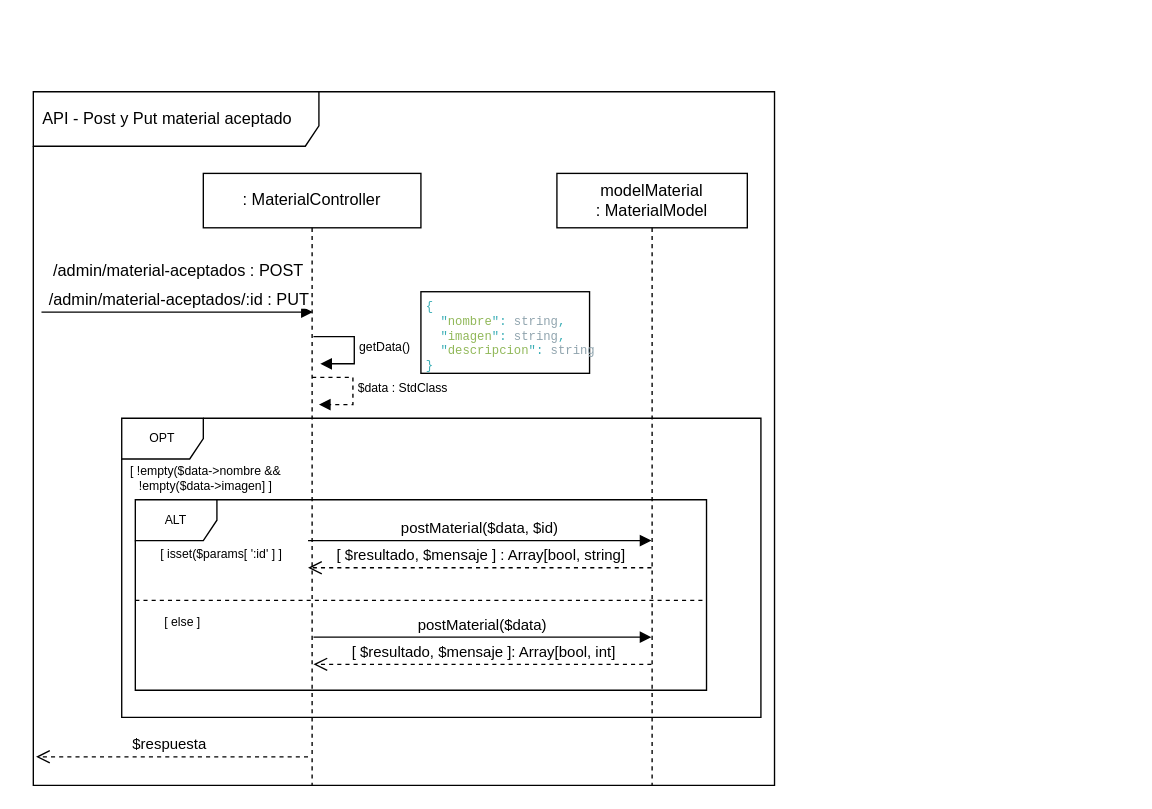
Earlier version of the draw.io diagram page "admin_material-aceptado_post&put" (5 of 9) of Artefactos/Diagramas/diagrama-clases.drawio (Evynith/Entregable-Metodologias). Source tidied: cells renumbered, new cells numbered last; positions are measured from the earlier drawing's top-left corner, leaving out a move shared by most shapes. Both pictures are drawn from the tidied source at 136%, with x=0, y=0 at pixel (33, 91).
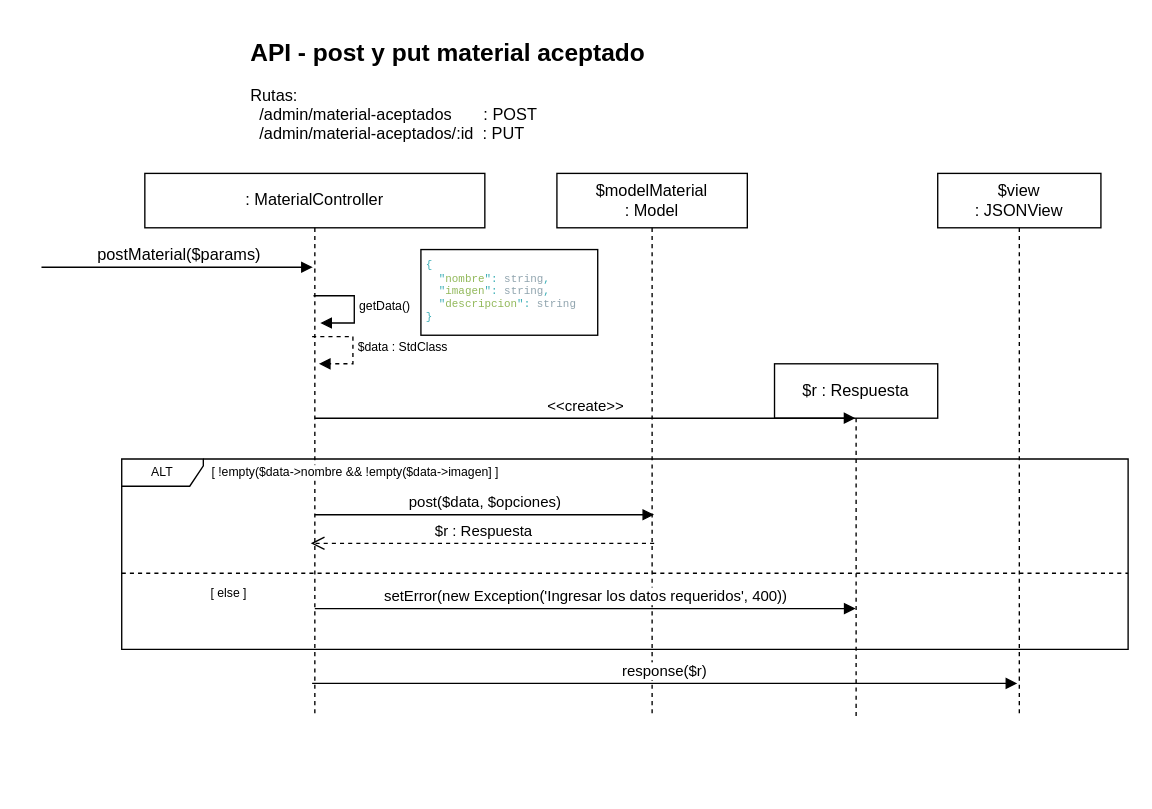
The same diagram, later.

Change to the diagram source:
```diff
@@
-    <mxCell id="2" value="API - Post y Put material aceptado" style="shape=umlFrame;whiteSpace=wrap;html=1;width=210;height=40;boundedLbl=1;verticalAlign=middle;align=left;spacingLeft=5;" parent="1" vertex="1">
-      <mxGeometry width="545" height="510" as="geometry" />
-    </mxCell>
-    <mxCell id="3" value="OPT" style="shape=umlFrame;whiteSpace=wrap;html=1;fontSize=9;fontColor=#000000;strokeColor=#000000;" parent="1" vertex="1">
-      <mxGeometry x="65" y="240" width="470" height="220" as="geometry" />
+    <mxCell id="3" value="ALT" style="shape=umlFrame;whiteSpace=wrap;html=1;fontSize=9;fontColor=#000000;strokeColor=#000000;width=60;height=20;" parent="1" vertex="1">
+      <mxGeometry x="65" y="270" width="740" height="140" as="geometry" />
     </mxCell>
-    <mxCell id="4" value="ALT" style="shape=umlFrame;whiteSpace=wrap;html=1;fontSize=9;fontColor=#000000;strokeColor=#000000;" parent="1" vertex="1">
-      <mxGeometry x="75" y="300" width="420" height="140" as="geometry" />
-    </mxCell>
     <mxCell id="5" value=": MaterialController" style="shape=umlLifeline;perimeter=lifelinePerimeter;whiteSpace=wrap;html=1;" parent="1" vertex="1">
-      <mxGeometry x="125" y="60" width="160" height="450" as="geometry" />
+      <mxGeometry x="82" y="60" width="250" height="400" as="geometry" />
     </mxCell>
-    <mxCell id="6" value="modelMaterial&lt;br&gt;: MaterialModel" style="shape=umlLifeline;perimeter=lifelinePerimeter;whiteSpace=wrap;html=1;outlineConnect=0;" parent="1" vertex="1">
-      <mxGeometry x="385" y="60" width="140" height="450" as="geometry" />
-    </mxCell>
+    <mxCell id="13" value="[ !empty($data-&amp;gt;nombre &amp;amp;&amp;amp; !empty($data-&amp;gt;imagen] ]" style="text;html=1;strokeColor=none;fillColor=none;align=center;verticalAlign=middle;whiteSpace=wrap;rounded=0;dashed=1;fontSize=9;fontColor=#000000;labelBackgroundColor=#ffffff;" parent="5" vertex="1">
+      <mxGeometry x="45" y="210" width="220" height="20" as="geometry" />
+    </mxCell>
-    <mxCell id="7" value="&lt;span style=&quot;font-family: &amp;#34;helvetica&amp;#34; ; font-size: 12px ; text-align: left&quot;&gt;/admin/material-aceptados/:id : PUT&lt;/span&gt;" style="html=1;verticalAlign=bottom;endArrow=block;" parent="1" edge="1">
+    <mxCell id="7" value="&lt;div style=&quot;text-align: left&quot;&gt;&lt;font face=&quot;helvetica&quot;&gt;&lt;span style=&quot;font-size: 12px&quot;&gt;postMaterial($params)&lt;/span&gt;&lt;/font&gt;&lt;/div&gt;" style="html=1;verticalAlign=bottom;endArrow=block;" parent="1" edge="1">
       <mxGeometry x="0.01" relative="1" as="geometry">
-        <mxPoint x="6" y="162" as="sourcePoint" />
-        <mxPoint x="205.5" y="162" as="targetPoint" />
+        <mxPoint x="6" y="129" as="sourcePoint" />
+        <mxPoint x="205.5" y="129" as="targetPoint" />
         <Array as="points">
-          <mxPoint x="6" y="162" />
+          <mxPoint x="6" y="129" />
         </Array>
       </mxGeometry>
     </mxCell>
-    <mxCell id="8" value="postMaterial($data, $id)" style="html=1;verticalAlign=bottom;endArrow=block;" parent="1" edge="1" target="6">
+    <mxCell id="8" value="post($data, $opciones)" style="html=1;verticalAlign=bottom;endArrow=block;" parent="1" edge="1">
       <mxGeometry relative="1" as="geometry">
-        <mxPoint x="202" y="330" as="sourcePoint" />
+        <mxPoint x="207" y="311" as="sourcePoint" />
+        <mxPoint x="456.5" y="311" as="targetPoint" />
       </mxGeometry>
     </mxCell>
-    <mxCell id="9" value="[ $resultado, $mensaje ] : Array[bool, string]" style="html=1;verticalAlign=bottom;endArrow=open;dashed=1;endSize=8;" parent="1" edge="1" source="6">
+    <mxCell id="9" value="$r : Respuesta" style="html=1;verticalAlign=bottom;endArrow=open;dashed=1;endSize=8;" parent="1" edge="1">
       <mxGeometry relative="1" as="geometry">
-        <mxPoint x="202" y="350" as="targetPoint" />
+        <mxPoint x="456.5" y="332" as="sourcePoint" />
+        <mxPoint x="204" y="332" as="targetPoint" />
       </mxGeometry>
     </mxCell>
-    <mxCell id="10" value="$respuesta" style="html=1;verticalAlign=bottom;endArrow=open;dashed=1;endSize=8;" parent="1" edge="1">
-      <mxGeometry x="0.02" relative="1" as="geometry">
-        <mxPoint x="202" y="489" as="sourcePoint" />
-        <mxPoint x="2" y="489" as="targetPoint" />
-      </mxGeometry>
-    </mxCell>
-    <mxCell id="11" value="&lt;span style=&quot;font-family: &amp;#34;helvetica&amp;#34; ; font-size: 12px ; text-align: left ; background-color: rgb(255 , 255 , 255)&quot;&gt;/admin/material-aceptados : POST&lt;/span&gt;" style="text;html=1;strokeColor=none;fillColor=none;align=center;verticalAlign=middle;whiteSpace=wrap;rounded=0;fontSize=9;fontColor=#000000;" parent="1" vertex="1">
-      <mxGeometry x="12" y="122" width="190" height="20" as="geometry" />
-    </mxCell>
     <mxCell id="12" value="getData()" style="edgeStyle=orthogonalEdgeStyle;html=1;align=left;spacingLeft=2;endArrow=block;rounded=0;entryX=1;entryY=0;fontSize=9;fontColor=#000000;" parent="1" edge="1">
       <mxGeometry relative="1" as="geometry">
-        <mxPoint x="206" y="180" as="sourcePoint" />
-        <mxPoint x="211" y="200" as="targetPoint" />
+        <mxPoint x="206" y="150" as="sourcePoint" />
+        <mxPoint x="211" y="170" as="targetPoint" />
         <Array as="points">
-          <mxPoint x="236" y="180" />
+          <mxPoint x="236" y="150" />
         </Array>
       </mxGeometry>
     </mxCell>
-    <mxCell id="13" value="[ !empty($data-&amp;gt;nombre &amp;amp;&amp;amp; !empty($data-&amp;gt;imagen] ]" style="text;html=1;strokeColor=none;fillColor=none;align=center;verticalAlign=middle;whiteSpace=wrap;rounded=0;dashed=1;fontSize=9;fontColor=#000000;" parent="1" vertex="1">
-      <mxGeometry x="67" y="274" width="120" height="20" as="geometry" />
-    </mxCell>
     <mxCell id="14" value="$data : StdClass" style="edgeStyle=orthogonalEdgeStyle;html=1;align=left;spacingLeft=2;endArrow=block;rounded=0;entryX=1;entryY=0;fontSize=9;fontColor=#000000;dashed=1;" parent="1" edge="1">
       <mxGeometry relative="1" as="geometry">
-        <mxPoint x="205" y="210" as="sourcePoint" />
-        <mxPoint x="210" y="230" as="targetPoint" />
+        <mxPoint x="205" y="180" as="sourcePoint" />
+        <mxPoint x="210" y="200" as="targetPoint" />
         <Array as="points">
-          <mxPoint x="235" y="210" />
+          <mxPoint x="235" y="180" />
         </Array>
       </mxGeometry>
     </mxCell>
-    <mxCell id="15" value="[ isset($params[ ':id' ] ]" style="text;html=1;strokeColor=none;fillColor=none;align=center;verticalAlign=middle;whiteSpace=wrap;rounded=0;dashed=1;fontSize=9;fontColor=#000000;" parent="1" vertex="1">
-      <mxGeometry x="92" y="330" width="93" height="20" as="geometry" />
-    </mxCell>
-    <mxCell id="16" style="line;strokeWidth=1;fillColor=none;align=left;verticalAlign=middle;spacingTop=-1;spacingLeft=3;spacingRight=3;labelPosition=right;fontSize=9;fontColor=#000000;dashed=1;" parent="1" vertex="1">
-      <mxGeometry x="75" y="370" width="420" height="8" as="geometry" />
-    </mxCell>
+    <mxCell id="20" value="&lt;div style=&quot;color: rgb(144, 164, 174); font-family: consolas, &amp;quot;courier new&amp;quot;, monospace; font-size: 8px; font-style: normal; font-weight: 400; letter-spacing: normal; text-align: left; text-indent: 0px; text-transform: none; word-spacing: 0px;&quot;&gt;&lt;span style=&quot;color: rgb(57, 173, 181); font-size: 8px;&quot;&gt;{&lt;/span&gt;&lt;/div&gt;&lt;div style=&quot;color: rgb(144, 164, 174); font-family: consolas, &amp;quot;courier new&amp;quot;, monospace; font-size: 8px; font-style: normal; font-weight: 400; letter-spacing: normal; text-align: left; text-indent: 0px; text-transform: none; word-spacing: 0px;&quot;&gt;&lt;span style=&quot;color: rgb(144, 164, 174); font-size: 8px;&quot;&gt;&amp;nbsp;&amp;nbsp;&lt;/span&gt;&lt;span style=&quot;color: rgb(57, 173, 181); font-size: 8px;&quot;&gt;&quot;&lt;/span&gt;&lt;span style=&quot;color: rgb(145, 184, 89); font-size: 8px;&quot;&gt;nombre&lt;/span&gt;&lt;span style=&quot;color: rgb(57, 173, 181); font-size: 8px;&quot;&gt;&quot;&lt;/span&gt;&lt;span style=&quot;color: rgb(57, 173, 181); font-size: 8px;&quot;&gt;:&lt;/span&gt;&lt;span style=&quot;color: rgb(144, 164, 174); font-size: 8px;&quot;&gt;&amp;nbsp;string&lt;/span&gt;&lt;span style=&quot;color: rgb(57, 173, 181); font-size: 8px;&quot;&gt;,&lt;/span&gt;&lt;/div&gt;&lt;div style=&quot;color: rgb(144, 164, 174); font-family: consolas, &amp;quot;courier new&amp;quot;, monospace; font-size: 8px; font-style: normal; font-weight: 400; letter-spacing: normal; text-align: left; text-indent: 0px; text-transform: none; word-spacing: 0px;&quot;&gt;&lt;span style=&quot;color: rgb(144, 164, 174); font-size: 8px;&quot;&gt;&amp;nbsp;&amp;nbsp;&lt;/span&gt;&lt;span style=&quot;color: rgb(57, 173, 181); font-size: 8px;&quot;&gt;&quot;&lt;/span&gt;&lt;span style=&quot;color: rgb(145, 184, 89); font-size: 8px;&quot;&gt;imagen&lt;/span&gt;&lt;span style=&quot;color: rgb(57, 173, 181); font-size: 8px;&quot;&gt;&quot;&lt;/span&gt;&lt;span style=&quot;color: rgb(57, 173, 181); font-size: 8px;&quot;&gt;:&lt;/span&gt;&lt;span style=&quot;color: rgb(144, 164, 174); font-size: 8px;&quot;&gt;&amp;nbsp;string&lt;/span&gt;&lt;span style=&quot;color: rgb(57, 173, 181); font-size: 8px;&quot;&gt;,&lt;/span&gt;&lt;/div&gt;&lt;div style=&quot;color: rgb(144, 164, 174); font-family: consolas, &amp;quot;courier new&amp;quot;, monospace; font-size: 8px; font-style: normal; font-weight: 400; letter-spacing: normal; text-align: left; text-indent: 0px; text-transform: none; word-spacing: 0px;&quot;&gt;&lt;span style=&quot;color: rgb(144, 164, 174); font-size: 8px;&quot;&gt;&amp;nbsp;&amp;nbsp;&lt;/span&gt;&lt;span style=&quot;color: rgb(57, 173, 181); font-size: 8px;&quot;&gt;&quot;&lt;/span&gt;&lt;span style=&quot;color: rgb(145, 184, 89); font-size: 8px;&quot;&gt;descripcion&lt;/span&gt;&lt;span style=&quot;color: rgb(57, 173, 181); font-size: 8px;&quot;&gt;&quot;&lt;/span&gt;&lt;span style=&quot;color: rgb(57, 173, 181); font-size: 8px;&quot;&gt;:&lt;/span&gt;&lt;span style=&quot;color: rgb(144, 164, 174); font-size: 8px;&quot;&gt;&amp;nbsp;string&lt;/span&gt;&lt;/div&gt;&lt;div style=&quot;color: rgb(144, 164, 174); font-family: consolas, &amp;quot;courier new&amp;quot;, monospace; font-size: 8px; font-style: normal; font-weight: 400; letter-spacing: normal; text-align: left; text-indent: 0px; text-transform: none; word-spacing: 0px;&quot;&gt;&lt;span style=&quot;color: rgb(57, 173, 181); font-size: 8px;&quot;&gt;}&lt;/span&gt;&lt;/div&gt;" style="text;whiteSpace=wrap;html=1;fontSize=8;fontColor=#000000;strokeColor=#000000;spacingLeft=2;" parent="1" vertex="1">
+      <mxGeometry x="285" y="116" width="130" height="63" as="geometry" />
+    </mxCell>
+    <mxCell id="21" value="$modelMaterial&lt;br&gt;: Model" style="shape=umlLifeline;perimeter=lifelinePerimeter;whiteSpace=wrap;html=1;fontStyle=0;" parent="1" vertex="1">
+      <mxGeometry x="385" y="60" width="140" height="400" as="geometry" />
+    </mxCell>
+    <mxCell id="22" value="&lt;h1&gt;API - post y put material aceptado&lt;/h1&gt;&lt;span style=&quot;font-family: &amp;#34;helvetica&amp;#34; ; font-size: 12px ; background-color: rgb(255 , 255 , 255)&quot;&gt;Rutas: &lt;br&gt;&lt;/span&gt;&lt;span style=&quot;font-family: &amp;#34;helvetica&amp;#34; ; font-size: 12px ; background-color: rgb(255 , 255 , 255)&quot;&gt;&amp;nbsp; /admin/material-aceptados&amp;nbsp; &amp;nbsp; &amp;nbsp; &amp;nbsp;: POST&lt;br&gt;&lt;/span&gt;&lt;span style=&quot;font-family: &amp;#34;helvetica&amp;#34; ; font-size: 12px ; background-color: rgb(255 , 255 , 255)&quot;&gt;&amp;nbsp; /admin/material-aceptados/:id&amp;nbsp; : PUT&lt;/span&gt;&lt;span style=&quot;font-family: &amp;#34;helvetica&amp;#34; ; font-size: 12px ; background-color: rgb(255 , 255 , 255)&quot;&gt;&lt;br&gt;&lt;/span&gt;" style="text;html=1;strokeColor=none;fillColor=none;spacing=5;spacingTop=-20;whiteSpace=wrap;overflow=hidden;rounded=0;fontSize=9;opacity=0;" parent="1" vertex="1">
+      <mxGeometry x="155" y="-40" width="300" height="90" as="geometry" />
+    </mxCell>
+    <mxCell id="23" value="$view &lt;br&gt;: JSONView" style="shape=umlLifeline;perimeter=lifelinePerimeter;whiteSpace=wrap;html=1;" parent="1" vertex="1">
+      <mxGeometry x="665" y="60" width="120" height="400" as="geometry" />
+    </mxCell>
+    <mxCell id="24" value="response($r)" style="html=1;verticalAlign=bottom;endArrow=block;fontStyle=0;" parent="1" edge="1">
+      <mxGeometry relative="1" as="geometry">
+        <mxPoint x="205" y="435" as="sourcePoint" />
+        <mxPoint x="723.5" y="435" as="targetPoint" />
+      </mxGeometry>
+    </mxCell>
+    <mxCell id="25" value="$r : Respuesta" style="shape=umlLifeline;perimeter=lifelinePerimeter;whiteSpace=wrap;html=1;" parent="1" vertex="1">
+      <mxGeometry x="545" y="200" width="120" height="260" as="geometry" />
+    </mxCell>
+    <mxCell id="26" style="line;strokeWidth=1;fillColor=none;align=left;verticalAlign=middle;spacingTop=-1;spacingLeft=3;spacingRight=3;labelPosition=right;fontSize=9;fontColor=#000000;dashed=1;" parent="1" vertex="1">
+      <mxGeometry x="65" y="350" width="740" height="8" as="geometry" />
+    </mxCell>
     <mxCell id="17" value="[ else ]" style="text;html=1;strokeColor=none;fillColor=none;align=center;verticalAlign=middle;whiteSpace=wrap;rounded=0;dashed=1;fontSize=9;fontColor=#000000;" parent="1" vertex="1">
-      <mxGeometry x="85" y="380" width="50" height="20" as="geometry" />
+      <mxGeometry x="129" y="359" width="30" height="20" as="geometry" />
     </mxCell>
-    <mxCell id="18" value="[ $resultado, $mensaje ]: Array[bool, int]" style="html=1;verticalAlign=bottom;endArrow=open;dashed=1;endSize=8;" parent="1" edge="1" source="6">
-      <mxGeometry relative="1" as="geometry">
-        <mxPoint x="206" y="421" as="targetPoint" />
-      </mxGeometry>
-    </mxCell>
-    <mxCell id="19" value="postMaterial($data)" style="html=1;verticalAlign=bottom;endArrow=block;" parent="1" edge="1" target="6">
-      <mxGeometry relative="1" as="geometry">
-        <mxPoint x="206" y="401" as="sourcePoint" />
-      </mxGeometry>
-    </mxCell>
-    <mxCell id="20" value="&lt;div style=&quot;color: rgb(144, 164, 174); font-family: consolas, &amp;quot;courier new&amp;quot;, monospace; font-size: 9px; font-style: normal; font-weight: 400; letter-spacing: normal; text-align: left; text-indent: 0px; text-transform: none; word-spacing: 0px;&quot;&gt;&lt;span style=&quot;color: rgb(57, 173, 181); font-size: 9px;&quot;&gt;{&lt;/span&gt;&lt;/div&gt;&lt;div style=&quot;color: rgb(144, 164, 174); font-family: consolas, &amp;quot;courier new&amp;quot;, monospace; font-size: 9px; font-style: normal; font-weight: 400; letter-spacing: normal; text-align: left; text-indent: 0px; text-transform: none; word-spacing: 0px;&quot;&gt;&lt;span style=&quot;color: rgb(144, 164, 174); font-size: 9px;&quot;&gt;&amp;nbsp;&amp;nbsp;&lt;/span&gt;&lt;span style=&quot;color: rgb(57, 173, 181); font-size: 9px;&quot;&gt;&quot;&lt;/span&gt;&lt;span style=&quot;color: rgb(145, 184, 89); font-size: 9px;&quot;&gt;nombre&lt;/span&gt;&lt;span style=&quot;color: rgb(57, 173, 181); font-size: 9px;&quot;&gt;&quot;&lt;/span&gt;&lt;span style=&quot;color: rgb(57, 173, 181); font-size: 9px;&quot;&gt;:&lt;/span&gt;&lt;span style=&quot;color: rgb(144, 164, 174); font-size: 9px;&quot;&gt;&amp;nbsp;string&lt;/span&gt;&lt;span style=&quot;color: rgb(57, 173, 181); font-size: 9px;&quot;&gt;,&lt;/span&gt;&lt;/div&gt;&lt;div style=&quot;color: rgb(144, 164, 174); font-family: consolas, &amp;quot;courier new&amp;quot;, monospace; font-size: 9px; font-style: normal; font-weight: 400; letter-spacing: normal; text-align: left; text-indent: 0px; text-transform: none; word-spacing: 0px;&quot;&gt;&lt;span style=&quot;color: rgb(144, 164, 174); font-size: 9px;&quot;&gt;&amp;nbsp;&amp;nbsp;&lt;/span&gt;&lt;span style=&quot;color: rgb(57, 173, 181); font-size: 9px;&quot;&gt;&quot;&lt;/span&gt;&lt;span style=&quot;color: rgb(145, 184, 89); font-size: 9px;&quot;&gt;imagen&lt;/span&gt;&lt;span style=&quot;color: rgb(57, 173, 181); font-size: 9px;&quot;&gt;&quot;&lt;/span&gt;&lt;span style=&quot;color: rgb(57, 173, 181); font-size: 9px;&quot;&gt;:&lt;/span&gt;&lt;span style=&quot;color: rgb(144, 164, 174); font-size: 9px;&quot;&gt;&amp;nbsp;string&lt;/span&gt;&lt;span style=&quot;color: rgb(57, 173, 181); font-size: 9px;&quot;&gt;,&lt;/span&gt;&lt;/div&gt;&lt;div style=&quot;color: rgb(144, 164, 174); font-family: consolas, &amp;quot;courier new&amp;quot;, monospace; font-size: 9px; font-style: normal; font-weight: 400; letter-spacing: normal; text-align: left; text-indent: 0px; text-transform: none; word-spacing: 0px;&quot;&gt;&lt;span style=&quot;color: rgb(144, 164, 174); font-size: 9px;&quot;&gt;&amp;nbsp;&amp;nbsp;&lt;/span&gt;&lt;span style=&quot;color: rgb(57, 173, 181); font-size: 9px;&quot;&gt;&quot;&lt;/span&gt;&lt;span style=&quot;color: rgb(145, 184, 89); font-size: 9px;&quot;&gt;descripcion&lt;/span&gt;&lt;span style=&quot;color: rgb(57, 173, 181); font-size: 9px;&quot;&gt;&quot;&lt;/span&gt;&lt;span style=&quot;color: rgb(57, 173, 181); font-size: 9px;&quot;&gt;:&lt;/span&gt;&lt;span style=&quot;color: rgb(144, 164, 174); font-size: 9px;&quot;&gt;&amp;nbsp;string&lt;/span&gt;&lt;/div&gt;&lt;div style=&quot;color: rgb(144, 164, 174); font-family: consolas, &amp;quot;courier new&amp;quot;, monospace; font-size: 9px; font-style: normal; font-weight: 400; letter-spacing: normal; text-align: left; text-indent: 0px; text-transform: none; word-spacing: 0px;&quot;&gt;&lt;span style=&quot;color: rgb(57, 173, 181); font-size: 9px;&quot;&gt;}&lt;/span&gt;&lt;/div&gt;" style="text;whiteSpace=wrap;html=1;fontSize=9;fontColor=#000000;strokeColor=#000000;spacingLeft=2;" parent="1" vertex="1">
-      <mxGeometry x="285" y="147" width="124" height="60" as="geometry" />
-    </mxCell>
+    <mxCell id="27" value="&amp;lt;&amp;lt;create&amp;gt;&amp;gt;" style="html=1;verticalAlign=bottom;endArrow=block;" parent="1" edge="1">
+      <mxGeometry relative="1" as="geometry">
+        <mxPoint x="206.9" y="240" as="sourcePoint" />
+        <mxPoint x="604.5" y="240" as="targetPoint" />
+        <Array as="points">
+          <mxPoint x="515" y="240" />
+        </Array>
+      </mxGeometry>
+    </mxCell>
+    <mxCell id="28" value="setError(new Exception('Ingresar los datos requeridos', 400))" style="html=1;verticalAlign=bottom;endArrow=block;" parent="1" edge="1">
+      <mxGeometry relative="1" as="geometry">
+        <mxPoint x="207" y="380" as="sourcePoint" />
+        <mxPoint x="604.6" y="380" as="targetPoint" />
+        <Array as="points">
+          <mxPoint x="515.1" y="380" />
+        </Array>
+      </mxGeometry>
+    </mxCell>
```
